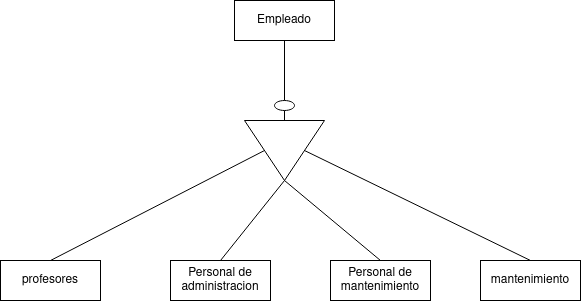
DavidRiccio/base-datos keeps this draw.io diagram as Unidad-1/Tareas/Tarea-7/Tarea7.drawio.png. Above is the earlier version. Source tidied: cells renumbered, new cells last; positions are measured from the earlier drawing's top-left corner, leaving out a move shared by most shapes.
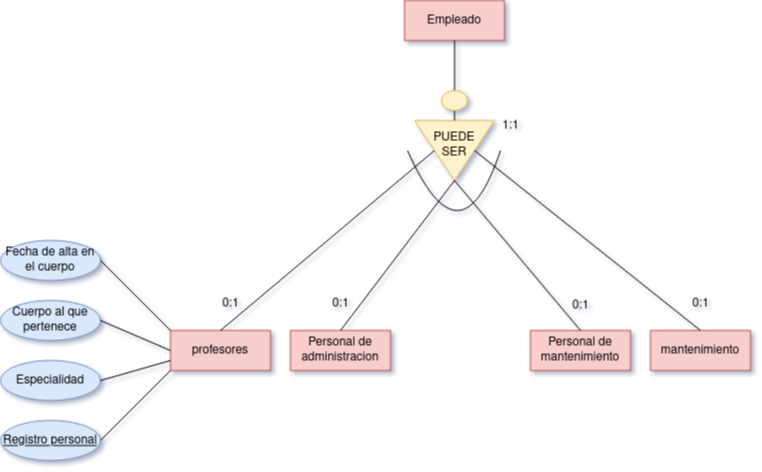
After the change.

The edit, as a diff of the source:
```diff
@@ -1,30 +1,27 @@
-<mxGraphModel>
+<mxGraphModel shadow="1">
   <root>
     <mxCell id="0" />
     <mxCell id="1" parent="0" />
-    <mxCell id="2" value="Empleado" style="whiteSpace=wrap;html=1;align=center;" parent="1" vertex="1">
+    <mxCell id="2" value="Empleado" style="whiteSpace=wrap;html=1;align=center;fillColor=#f8cecc;strokeColor=#b85450;" parent="1" vertex="1">
       <mxGeometry x="234" width="100" height="40" as="geometry" />
     </mxCell>
-    <mxCell id="3" style="triangle;whiteSpace=wrap;html=1;rotation=90;" parent="1" vertex="1">
+    <mxCell id="3" style="triangle;whiteSpace=wrap;html=1;rotation=90;fillColor=#fff2cc;strokeColor=#d6b656;" parent="1" vertex="1">
       <mxGeometry x="254" y="110" width="60" height="80" as="geometry" />
     </mxCell>
     <mxCell id="4" style="endArrow=none;html=1;rounded=0;exitX=0.5;exitY=1;exitDx=0;exitDy=0;entryX=0;entryY=0.5;entryDx=0;entryDy=0;" parent="1" edge="1" source="2" target="3">
       <mxGeometry relative="1" as="geometry" />
     </mxCell>
-    <mxCell id="5" style="ellipse;whiteSpace=wrap;html=1;" parent="1" vertex="1">
-      <mxGeometry x="274" y="100" width="20" height="10" as="geometry" />
-    </mxCell>
-    <mxCell id="6" value="Personal de mantenimiento" style="whiteSpace=wrap;html=1;align=center;" parent="1" vertex="1">
-      <mxGeometry x="330" y="260" width="100" height="40" as="geometry" />
+    <mxCell id="6" value="Personal de mantenimiento" style="whiteSpace=wrap;html=1;align=center;fillColor=#f8cecc;strokeColor=#b85450;" parent="1" vertex="1">
+      <mxGeometry x="360" y="330" width="100" height="40" as="geometry" />
     </mxCell>
-    <mxCell id="7" value="Personal de administracion" style="whiteSpace=wrap;html=1;align=center;" parent="1" vertex="1">
-      <mxGeometry x="170" y="260" width="100" height="40" as="geometry" />
+    <mxCell id="7" value="Personal de administracion" style="whiteSpace=wrap;html=1;align=center;fillColor=#f8cecc;strokeColor=#b85450;" parent="1" vertex="1">
+      <mxGeometry x="120" y="330" width="100" height="40" as="geometry" />
     </mxCell>
-    <mxCell id="8" value="profesores" style="whiteSpace=wrap;html=1;align=center;" parent="1" vertex="1">
-      <mxGeometry y="260" width="100" height="40" as="geometry" />
+    <mxCell id="8" value="profesores" style="whiteSpace=wrap;html=1;align=center;fillColor=#f8cecc;strokeColor=#b85450;" parent="1" vertex="1">
+      <mxGeometry y="330" width="100" height="40" as="geometry" />
     </mxCell>
-    <mxCell id="9" value="mantenimiento" style="whiteSpace=wrap;html=1;align=center;" parent="1" vertex="1">
-      <mxGeometry x="480" y="260" width="100" height="40" as="geometry" />
+    <mxCell id="9" value="mantenimiento" style="whiteSpace=wrap;html=1;align=center;fillColor=#f8cecc;strokeColor=#b85450;rounded=0;" parent="1" vertex="1">
+      <mxGeometry x="480" y="330" width="100" height="40" as="geometry" />
     </mxCell>
     <mxCell id="10" style="endArrow=none;html=1;rounded=0;entryX=1;entryY=0.5;entryDx=0;entryDy=0;exitX=0.5;exitY=0;exitDx=0;exitDy=0;" parent="1" edge="1" source="7" target="3">
       <mxGeometry relative="1" as="geometry" />
@@ -38,5 +35,59 @@
     <mxCell id="13" style="endArrow=none;html=1;rounded=0;entryX=0.5;entryY=1;entryDx=0;entryDy=0;exitX=0.5;exitY=0;exitDx=0;exitDy=0;" parent="1" edge="1" source="8" target="3">
       <mxGeometry relative="1" as="geometry" />
     </mxCell>
+    <mxCell id="14" value="PUEDE SER" style="text;html=1;strokeColor=none;fillColor=none;align=center;verticalAlign=middle;whiteSpace=wrap;rounded=0;" parent="1" vertex="1">
+      <mxGeometry x="254" y="130" width="60" height="30" as="geometry" />
+    </mxCell>
+    <mxCell id="15" style="endArrow=none;html=1;curved=1;" parent="1" edge="1">
+      <mxGeometry relative="1" as="geometry">
+        <mxPoint x="237" y="150" as="sourcePoint" />
+        <mxPoint x="330" y="150" as="targetPoint" />
+        <Array as="points">
+          <mxPoint x="290" y="270" />
+        </Array>
+      </mxGeometry>
+    </mxCell>
+    <mxCell id="16" style="endArrow=none;html=1;rounded=0;exitX=0;exitY=1;exitDx=0;exitDy=0;entryX=1;entryY=0.5;entryDx=0;entryDy=0;" parent="1" edge="1" source="8" target="17">
+      <mxGeometry relative="1" as="geometry" />
+    </mxCell>
+    <mxCell id="17" value="Registro personal " style="ellipse;whiteSpace=wrap;html=1;align=center;fontStyle=4;fillColor=#dae8fc;strokeColor=#6c8ebf;" parent="1" vertex="1">
+      <mxGeometry x="-170" y="420" width="100" height="40" as="geometry" />
+    </mxCell>
+    <mxCell id="18" value="Cuerpo al que pertenece" style="ellipse;whiteSpace=wrap;html=1;align=center;fillColor=#dae8fc;strokeColor=#6c8ebf;" parent="1" vertex="1">
+      <mxGeometry x="-170" y="300" width="100" height="40" as="geometry" />
+    </mxCell>
+    <mxCell id="19" value="Especialidad" style="ellipse;whiteSpace=wrap;html=1;align=center;fillColor=#dae8fc;strokeColor=#6c8ebf;" parent="1" vertex="1">
+      <mxGeometry x="-170" y="360" width="100" height="40" as="geometry" />
+    </mxCell>
+    <mxCell id="20" value="Fecha de alta en el cuerpo" style="ellipse;whiteSpace=wrap;html=1;align=center;fillColor=#dae8fc;strokeColor=#6c8ebf;" parent="1" vertex="1">
+      <mxGeometry x="-170" y="240" width="100" height="40" as="geometry" />
+    </mxCell>
+    <mxCell id="21" style="endArrow=none;html=1;rounded=0;exitX=1;exitY=0.5;exitDx=0;exitDy=0;entryX=0;entryY=0.75;entryDx=0;entryDy=0;" parent="1" edge="1" source="19" target="8">
+      <mxGeometry relative="1" as="geometry" />
+    </mxCell>
+    <mxCell id="22" style="endArrow=none;html=1;rounded=0;exitX=1;exitY=0.5;exitDx=0;exitDy=0;entryX=0;entryY=0.5;entryDx=0;entryDy=0;" parent="1" edge="1" source="18" target="8">
+      <mxGeometry relative="1" as="geometry" />
+    </mxCell>
+    <mxCell id="23" style="endArrow=none;html=1;rounded=0;exitX=1;exitY=0.5;exitDx=0;exitDy=0;entryX=0;entryY=0;entryDx=0;entryDy=0;" parent="1" edge="1" source="20" target="8">
+      <mxGeometry relative="1" as="geometry" />
+    </mxCell>
+    <mxCell id="24" value="0:1" style="text;html=1;align=center;verticalAlign=middle;strokeColor=none;fillColor=none;" parent="1" vertex="1">
+      <mxGeometry x="40" y="288" width="40" height="30" as="geometry" />
+    </mxCell>
+    <mxCell id="25" style="ellipse;whiteSpace=wrap;html=1;fillColor=#fff2cc;strokeColor=#d6b656;" parent="1" vertex="1">
+      <mxGeometry x="271" y="90" width="26" height="20" as="geometry" />
+    </mxCell>
+    <mxCell id="26" value="1:1" style="text;html=1;align=center;verticalAlign=middle;strokeColor=none;fillColor=none;" parent="1" vertex="1">
+      <mxGeometry x="320" y="110" width="40" height="30" as="geometry" />
+    </mxCell>
+    <mxCell id="27" value="0:1" style="text;html=1;align=center;verticalAlign=middle;strokeColor=none;fillColor=none;" parent="1" vertex="1">
+      <mxGeometry x="150" y="288" width="40" height="30" as="geometry" />
+    </mxCell>
+    <mxCell id="28" value="0:1" style="text;html=1;align=center;verticalAlign=middle;strokeColor=none;fillColor=none;" parent="1" vertex="1">
+      <mxGeometry x="390" y="290" width="40" height="30" as="geometry" />
+    </mxCell>
+    <mxCell id="29" value="0:1" style="text;html=1;align=center;verticalAlign=middle;strokeColor=none;fillColor=none;" parent="1" vertex="1">
+      <mxGeometry x="510" y="288" width="40" height="30" as="geometry" />
+    </mxCell>
   </root>
 </mxGraphModel>
```
